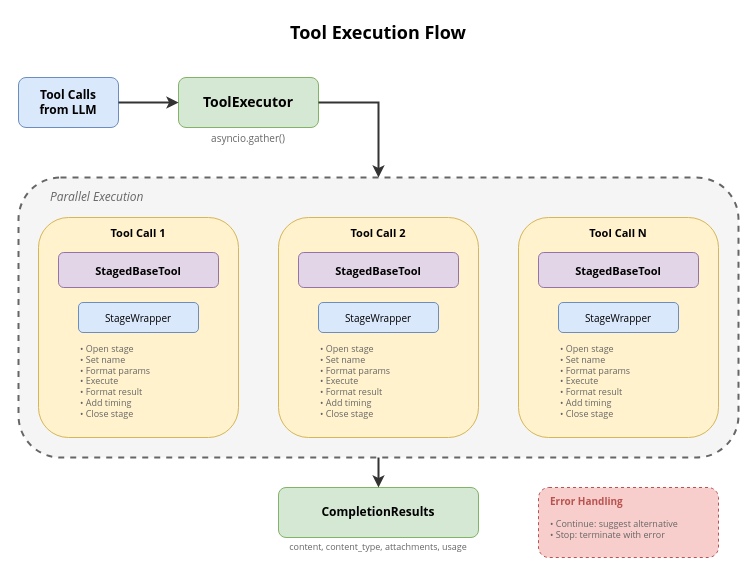
The draw.io diagram page "tool_execution" (6 of 6) of docs/content/drawio/agent.drawio in epam/ai-dial-quickapps-backend, before the edit. Source tidied: cells renumbered, new cells numbered last; positions are measured from the earlier drawing's top-left corner, leaving out a move shared by most shapes. Both pictures are drawn from the tidied source at 100%, with x=0, y=0 at pixel (18, 17).
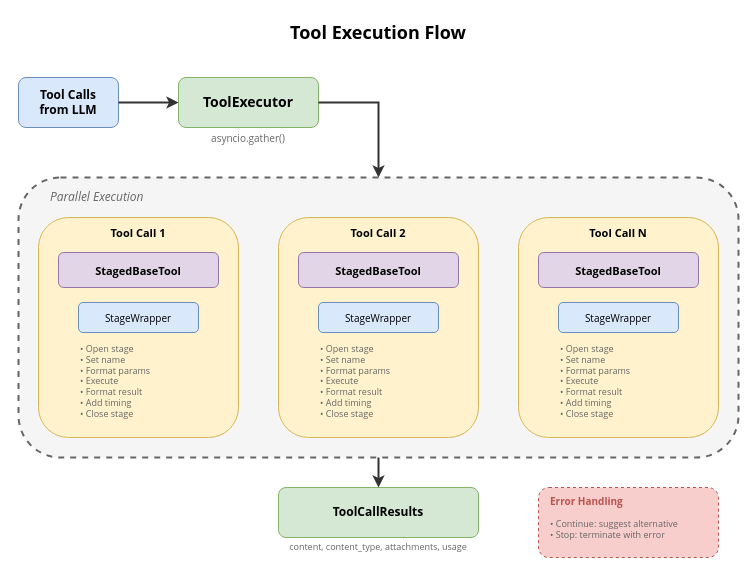
The same diagram, later.

Diff of the diagram source:
```diff
@@
-    <mxCell id="23" value="CompletionResults" style="rounded=1;whiteSpace=wrap;html=1;fillColor=#d5e8d4;strokeColor=#82b366;fontSize=12;fontStyle=1;fontFamily=Open Sans;" parent="1" vertex="1">
+    <mxCell id="23" value="ToolCallResults" style="rounded=1;whiteSpace=wrap;html=1;fillColor=#d5e8d4;strokeColor=#82b366;fontSize=12;fontStyle=1;fontFamily=Open Sans;" parent="1" vertex="1">
       <mxGeometry x="260" y="470" width="200" height="50" as="geometry" />
     </mxCell>
```
